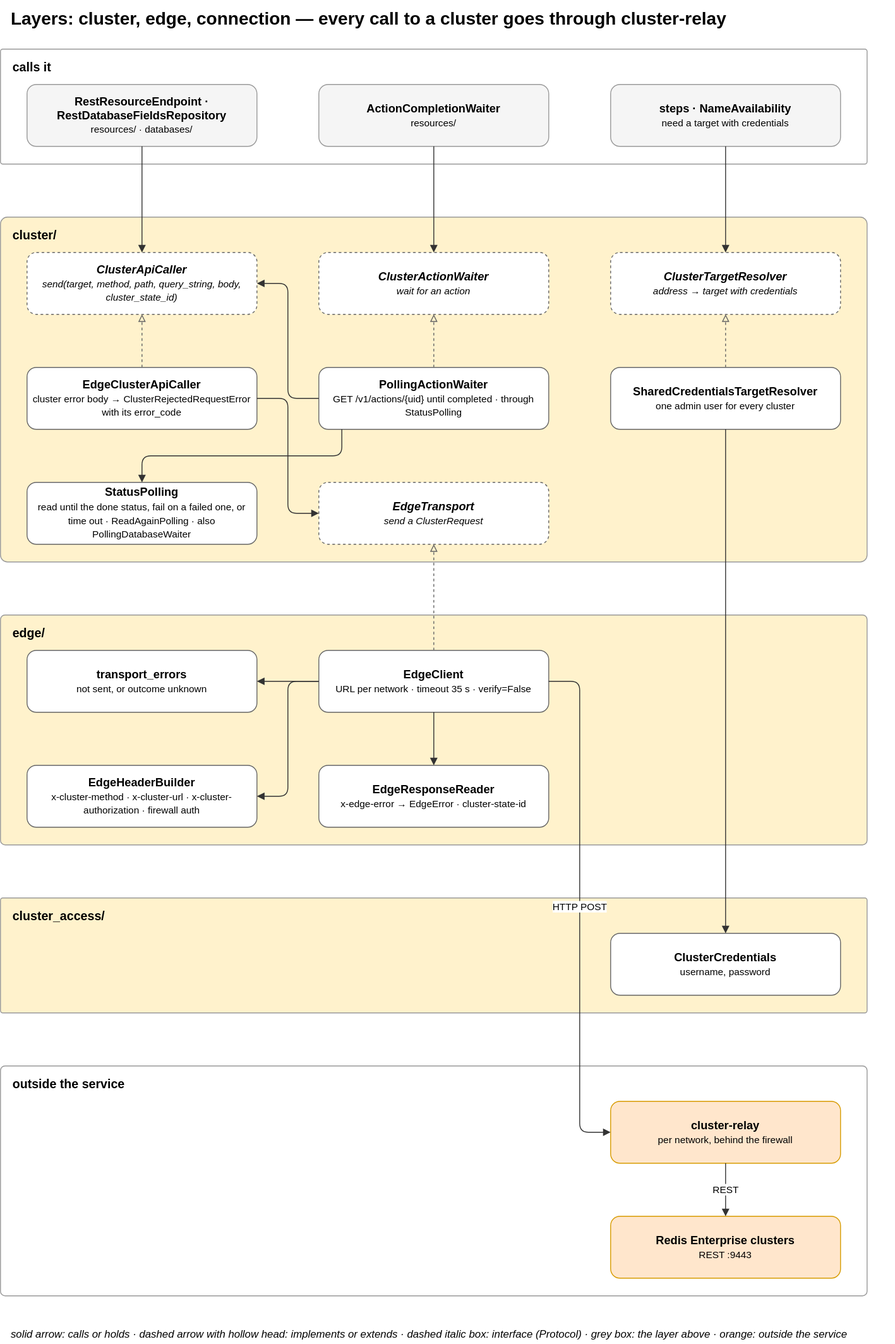
This is docs/diagrams/08-layer-transport.drawio.svg from EliShteinman/redis-enterprise-services, a draw.io export, as it was before one commit. Source tidied: cells renumbered, new cells last; positions are measured from the earlier drawing's top-left corner, leaving out a move shared by most shapes.
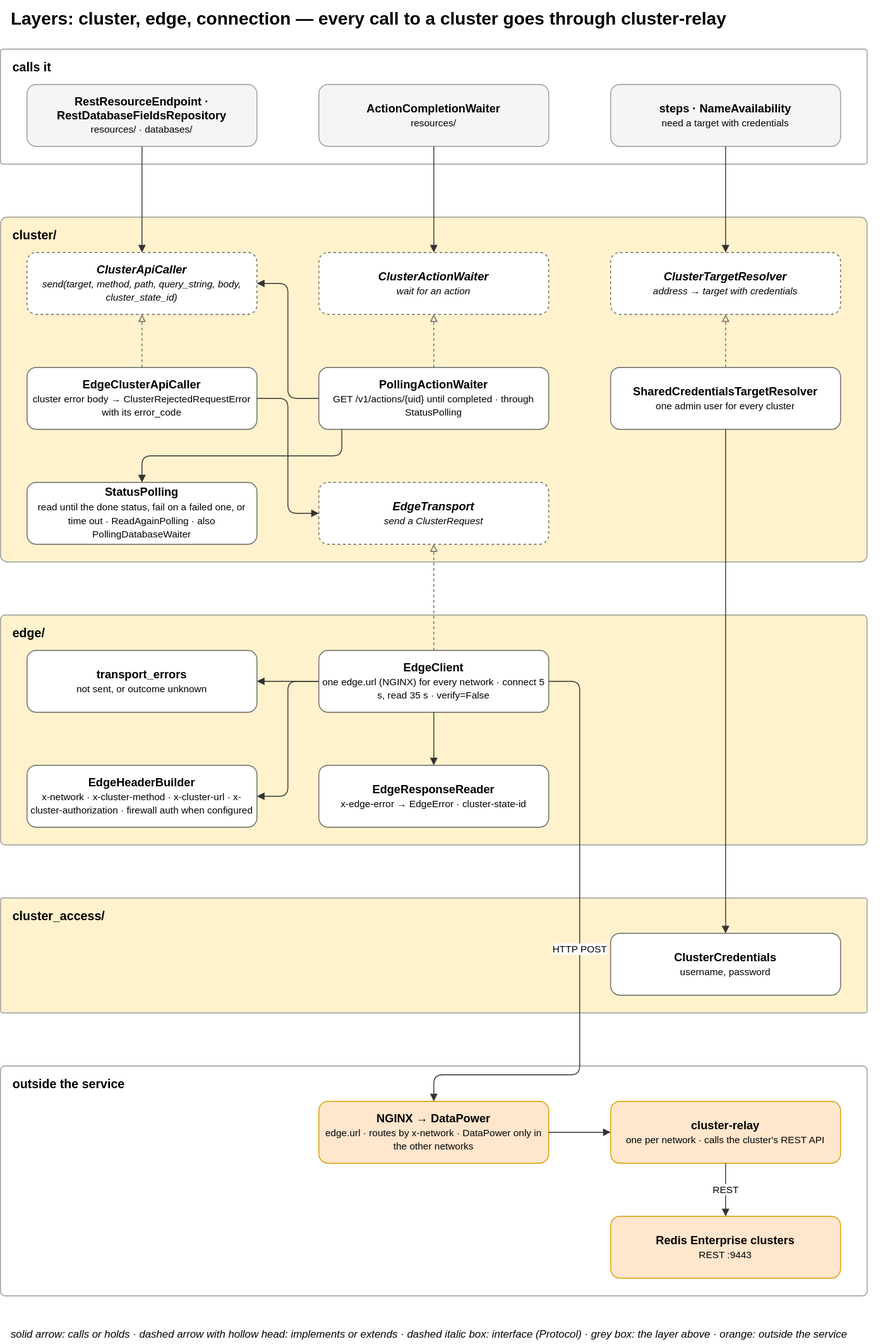
Later version of the same file.

Commit message:
docs: sharding needs shard_key_regex (Redis docs), the permissions check of the read-back, the role in the result, the edge path through NGINX, the request rules in diagram 19

Change to the diagram source:
```diff
@@ -47,10 +47,10 @@
     <mxCell id="16" value="&lt;b&gt;transport_errors&lt;/b&gt;&lt;br&gt;&lt;font style='font-size:11px'&gt;not sent, or outcome unknown&lt;/font&gt;" style="rounded=1;whiteSpace=wrap;html=1;fillColor=#ffffff;strokeColor=#666666;fontSize=13;" parent="1" vertex="1">
       <mxGeometry x="30" y="735" width="260" height="70" as="geometry" />
     </mxCell>
-    <mxCell id="17" value="&lt;b&gt;EdgeClient&lt;/b&gt;&lt;br&gt;&lt;font style='font-size:11px'&gt;URL per network · timeout 35 s · verify=False&lt;/font&gt;" style="rounded=1;whiteSpace=wrap;html=1;fillColor=#ffffff;strokeColor=#666666;fontSize=13;" parent="1" vertex="1">
+    <mxCell id="17" value="&lt;b&gt;EdgeClient&lt;/b&gt;&lt;br&gt;&lt;font style='font-size:11px'&gt;one edge.url (NGINX) for every network · connect 5 s, read 35 s · verify=False&lt;/font&gt;" style="rounded=1;whiteSpace=wrap;html=1;fillColor=#ffffff;strokeColor=#666666;fontSize=13;" parent="1" vertex="1">
       <mxGeometry x="360" y="735" width="260" height="70" as="geometry" />
     </mxCell>
-    <mxCell id="18" value="&lt;b&gt;EdgeHeaderBuilder&lt;/b&gt;&lt;br&gt;&lt;font style='font-size:11px'&gt;x-cluster-method · x-cluster-url · x-cluster-authorization · firewall auth&lt;/font&gt;" style="rounded=1;whiteSpace=wrap;html=1;fillColor=#ffffff;strokeColor=#666666;fontSize=13;" parent="1" vertex="1">
+    <mxCell id="18" value="&lt;b&gt;EdgeHeaderBuilder&lt;/b&gt;&lt;br&gt;&lt;font style='font-size:11px'&gt;x-network · x-cluster-method · x-cluster-url · x-cluster-authorization · firewall auth when configured&lt;/font&gt;" style="rounded=1;whiteSpace=wrap;html=1;fillColor=#ffffff;strokeColor=#666666;fontSize=13;" parent="1" vertex="1">
       <mxGeometry x="30" y="865" width="260" height="70" as="geometry" />
     </mxCell>
     <mxCell id="19" value="&lt;b&gt;EdgeResponseReader&lt;/b&gt;&lt;br&gt;&lt;font style='font-size:11px'&gt;x-edge-error → EdgeError · cluster-state-id&lt;/font&gt;" style="rounded=1;whiteSpace=wrap;html=1;fillColor=#ffffff;strokeColor=#666666;fontSize=13;" parent="1" vertex="1">
@@ -65,7 +65,7 @@
     <mxCell id="22" value="&lt;b&gt;outside the service&lt;/b&gt;" style="rounded=1;arcSize=2;fillColor=#ffffff;strokeColor=#999999;verticalAlign=top;align=left;spacingLeft=12;spacingTop=6;html=1;fontSize=14;" parent="1" vertex="1">
       <mxGeometry y="1205" width="980" height="260" as="geometry" />
     </mxCell>
-    <mxCell id="23" value="&lt;b&gt;cluster-relay&lt;/b&gt;&lt;br&gt;&lt;font style='font-size:11px'&gt;per network, behind the firewall&lt;/font&gt;" style="rounded=1;whiteSpace=wrap;html=1;fillColor=#ffe6cc;strokeColor=#d79b00;fontSize=13;" parent="1" vertex="1">
+    <mxCell id="23" value="&lt;b&gt;cluster-relay&lt;/b&gt;&lt;br&gt;&lt;font style='font-size:11px'&gt;one per network · calls the cluster's REST API&lt;/font&gt;" style="rounded=1;whiteSpace=wrap;html=1;fillColor=#ffe6cc;strokeColor=#d79b00;fontSize=13;" parent="1" vertex="1">
       <mxGeometry x="690" y="1245" width="260" height="70" as="geometry" />
     </mxCell>
     <mxCell id="24" value="&lt;b&gt;Redis Enterprise clusters&lt;/b&gt;&lt;br&gt;&lt;font style='font-size:11px'&gt;REST :9443&lt;/font&gt;" style="rounded=1;whiteSpace=wrap;html=1;fillColor=#ffe6cc;strokeColor=#d79b00;fontSize=13;" parent="1" vertex="1">
@@ -110,8 +110,14 @@
     <mxCell id="37" style="edgeStyle=orthogonalEdgeStyle;rounded=1;html=1;fontSize=11;labelBackgroundColor=#ffffff;exitX=0.5;exitY=1;entryX=0.5;entryY=0;endArrow=block;strokeColor=#333333;" parent="1" edge="1" source="13" target="21">
       <mxGeometry relative="1" as="geometry" />
     </mxCell>
-    <mxCell id="38" value="HTTP POST" style="edgeStyle=orthogonalEdgeStyle;rounded=1;html=1;fontSize=11;labelBackgroundColor=#ffffff;exitX=1;exitY=0.5;entryX=0;entryY=0.5;endArrow=block;strokeColor=#333333;" parent="1" edge="1" source="17" target="23">
-      <mxGeometry relative="1" as="geometry" />
+    <mxCell id="38" value="HTTP POST" style="edgeStyle=orthogonalEdgeStyle;rounded=1;html=1;fontSize=11;labelBackgroundColor=#ffffff;endArrow=block;strokeColor=#333333;exitX=1;exitY=0.5;entryX=0.5;entryY=0;" parent="1" edge="1" source="17" target="43">
+      <mxGeometry relative="1" as="geometry">
+        <Array as="points">
+          <mxPoint x="655" y="770" />
+          <mxPoint x="655" y="1215" />
+          <mxPoint x="490" y="1215" />
+        </Array>
+      </mxGeometry>
     </mxCell>
     <mxCell id="39" value="REST" style="edgeStyle=orthogonalEdgeStyle;rounded=1;html=1;fontSize=11;labelBackgroundColor=#ffffff;exitX=0.5;exitY=1;entryX=0.5;entryY=0;endArrow=block;strokeColor=#333333;" parent="1" edge="1" source="23" target="24">
       <mxGeometry relative="1" as="geometry" />
@@ -130,5 +136,11 @@
         </Array>
       </mxGeometry>
     </mxCell>
+    <mxCell id="43" value="&lt;b&gt;NGINX → DataPower&lt;/b&gt;&lt;br&gt;&lt;font style='font-size:11px'&gt;edge.url · routes by x-network · DataPower only in the other networks&lt;/font&gt;" style="rounded=1;whiteSpace=wrap;html=1;fillColor=#ffe6cc;strokeColor=#d79b00;fontSize=13;" parent="1" vertex="1">
+      <mxGeometry x="360" y="1245" width="260" height="70" as="geometry" />
+    </mxCell>
+    <mxCell id="44" style="edgeStyle=orthogonalEdgeStyle;rounded=1;html=1;fontSize=11;labelBackgroundColor=#ffffff;endArrow=block;strokeColor=#333333;exitX=1;exitY=0.5;entryX=0;entryY=0.5;" parent="1" edge="1" source="43" target="23">
+      <mxGeometry relative="1" as="geometry" />
+    </mxCell>
   </root>
 </mxGraphModel>
```
